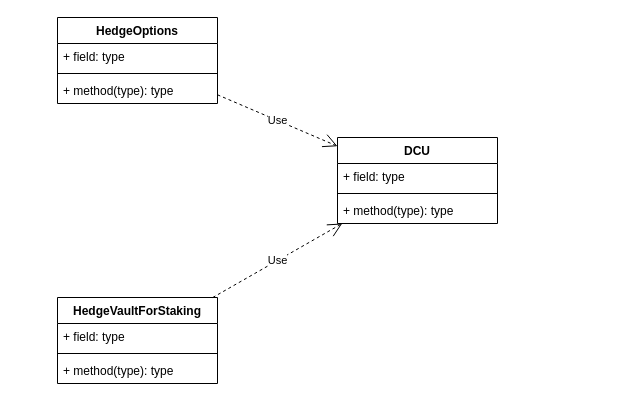
Earlier version of the draw.io diagram docs/structure.drawio (NEST-Protocol/NEST-PVM-V1.0). Source tidied: cells renumbered, new cells numbered last; positions are measured from the earlier drawing's top-left corner, leaving out a move shared by most shapes. Both pictures are drawn from the tidied source at 100%, with x=0, y=0 at pixel (57, 17).
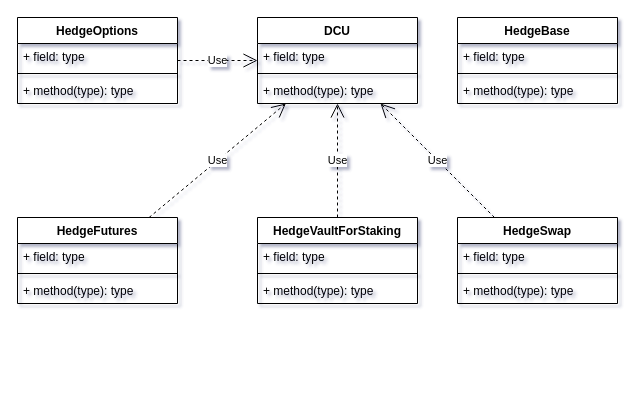
The same page after the edit.

Commit message (it also covers changes not shown here):
Update structure diagram

Change to the diagram source:
```diff
@@
-<mxGraphModel>
+<mxGraphModel shadow="1">
@@
+    <mxCell id="10" value="Use" style="endArrow=open;endSize=12;dashed=1;html=1;" parent="1" edge="1" source="2" target="6">
+      <mxGeometry relative="1" as="geometry" />
+    </mxCell>
+    <mxCell id="15" value="Use" style="endArrow=open;endSize=12;dashed=1;html=1;" parent="1" edge="1" source="11" target="6">
+      <mxGeometry relative="1" as="geometry" />
+    </mxCell>
+    <mxCell id="16" value="Use" style="endArrow=open;endSize=12;dashed=1;html=1;" parent="1" edge="1" source="18" target="6">
+      <mxGeometry relative="1" as="geometry" />
+    </mxCell>
+    <mxCell id="17" value="Use" style="endArrow=open;endSize=12;dashed=1;html=1;" parent="1" edge="1" source="26" target="6">
+      <mxGeometry relative="1" as="geometry" />
+    </mxCell>
+    <mxCell id="18" value="HedgeFutures" style="swimlane;fontStyle=1;align=center;verticalAlign=top;horizontal=1;startSize=26;" parent="1" vertex="1">
+      <mxGeometry x="-40" y="200" width="160" height="86" as="geometry" />
+    </mxCell>
+    <mxCell id="19" value="+ field: type" style="text;strokeColor=none;fillColor=none;align=left;verticalAlign=top;spacingLeft=4;spacingRight=4;overflow=hidden;" parent="18" vertex="1">
+      <mxGeometry y="26" width="160" height="26" as="geometry" />
+    </mxCell>
+    <mxCell id="20" style="line;strokeWidth=1;fillColor=none;align=left;verticalAlign=middle;spacingTop=-1;spacingLeft=3;spacingRight=3;labelPosition=right;" parent="18" vertex="1">
+      <mxGeometry y="52" width="160" height="8" as="geometry" />
+    </mxCell>
+    <mxCell id="21" value="+ method(type): type" style="text;strokeColor=none;fillColor=none;align=left;verticalAlign=top;spacingLeft=4;spacingRight=4;overflow=hidden;" parent="18" vertex="1">
+      <mxGeometry y="60" width="160" height="26" as="geometry" />
+    </mxCell>
     <mxCell id="2" value="HedgeOptions" style="swimlane;fontStyle=1;align=center;verticalAlign=top;horizontal=1;startSize=26;" parent="1" vertex="1">
-      <mxGeometry width="160" height="86" as="geometry" />
+      <mxGeometry x="-40" width="160" height="86" as="geometry" />
     </mxCell>
@@
     <mxCell id="6" value="DCU" style="swimlane;fontStyle=1;align=center;verticalAlign=top;horizontal=1;startSize=26;" parent="1" vertex="1">
-      <mxGeometry x="280" y="120" width="160" height="86" as="geometry" />
+      <mxGeometry x="200" width="160" height="86" as="geometry" />
     </mxCell>
@@
-    <mxCell id="10" value="Use" style="endArrow=open;endSize=12;dashed=1;html=1;" parent="1" edge="1" source="2" target="6">
-      <mxGeometry relative="1" as="geometry" />
-    </mxCell>
+    <mxCell id="22" value="HedgeBase" style="swimlane;fontStyle=1;align=center;verticalAlign=top;horizontal=1;startSize=26;" parent="1" vertex="1">
+      <mxGeometry x="400" width="160" height="86" as="geometry" />
+    </mxCell>
+    <mxCell id="23" value="+ field: type" style="text;strokeColor=none;fillColor=none;align=left;verticalAlign=top;spacingLeft=4;spacingRight=4;overflow=hidden;" parent="22" vertex="1">
+      <mxGeometry y="26" width="160" height="26" as="geometry" />
+    </mxCell>
+    <mxCell id="24" style="line;strokeWidth=1;fillColor=none;align=left;verticalAlign=middle;spacingTop=-1;spacingLeft=3;spacingRight=3;labelPosition=right;" parent="22" vertex="1">
+      <mxGeometry y="52" width="160" height="8" as="geometry" />
+    </mxCell>
+    <mxCell id="25" value="+ method(type): type" style="text;strokeColor=none;fillColor=none;align=left;verticalAlign=top;spacingLeft=4;spacingRight=4;overflow=hidden;" parent="22" vertex="1">
+      <mxGeometry y="60" width="160" height="26" as="geometry" />
+    </mxCell>
     <mxCell id="11" value="HedgeVaultForStaking" style="swimlane;fontStyle=1;align=center;verticalAlign=top;horizontal=1;startSize=26;" parent="1" vertex="1">
-      <mxGeometry y="280" width="160" height="86" as="geometry" />
+      <mxGeometry x="200" y="200" width="160" height="86" as="geometry" />
     </mxCell>
@@
-    <mxCell id="15" value="Use" style="endArrow=open;endSize=12;dashed=1;html=1;" parent="1" edge="1" source="11" target="6">
-      <mxGeometry relative="1" as="geometry" />
-    </mxCell>
+    <mxCell id="26" value="HedgeSwap" style="swimlane;fontStyle=1;align=center;verticalAlign=top;horizontal=1;startSize=26;" parent="1" vertex="1">
+      <mxGeometry x="400" y="200" width="160" height="86" as="geometry" />
+    </mxCell>
+    <mxCell id="27" value="+ field: type" style="text;strokeColor=none;fillColor=none;align=left;verticalAlign=top;spacingLeft=4;spacingRight=4;overflow=hidden;" parent="26" vertex="1">
+      <mxGeometry y="26" width="160" height="26" as="geometry" />
+    </mxCell>
+    <mxCell id="28" style="line;strokeWidth=1;fillColor=none;align=left;verticalAlign=middle;spacingTop=-1;spacingLeft=3;spacingRight=3;labelPosition=right;" parent="26" vertex="1">
+      <mxGeometry y="52" width="160" height="8" as="geometry" />
+    </mxCell>
+    <mxCell id="29" value="+ method(type): type" style="text;strokeColor=none;fillColor=none;align=left;verticalAlign=top;spacingLeft=4;spacingRight=4;overflow=hidden;" parent="26" vertex="1">
+      <mxGeometry y="60" width="160" height="26" as="geometry" />
+    </mxCell>
```
